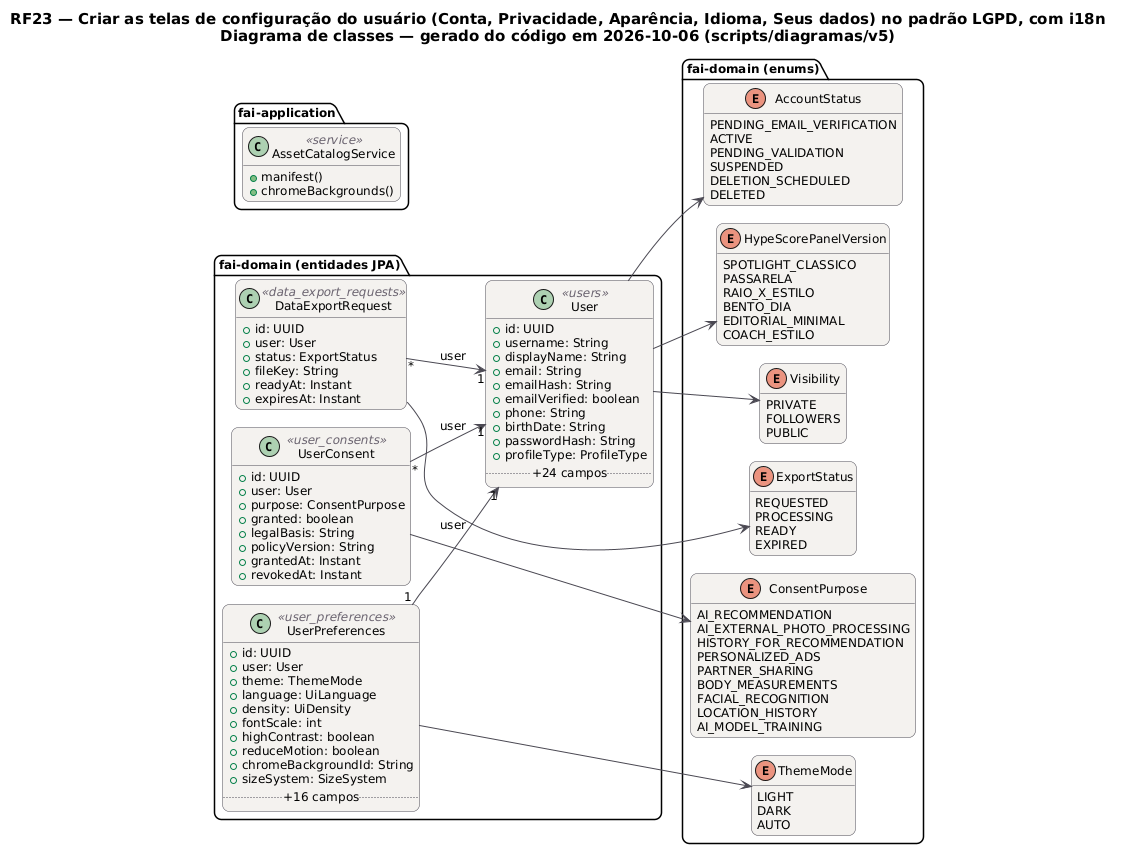
Before: docs/diagramas/RF23/RF23_Classes.png, a diagram exported from PlantUML (MatheusHaliski/tcc-2026-fashion-ai-backend). The source it was exported from:
```plantuml
@startuml RF23_Classes
!pragma layout smetana
skinparam backgroundColor #FFFFFF
skinparam shadowing false
skinparam defaultFontName "DejaVu Sans"
skinparam defaultFontSize 12
skinparam titleFontSize 15
skinparam roundcorner 14
skinparam ArrowColor #52606D
skinparam note {
  BackgroundColor #FFFDEB
  BorderColor #D8CE78
  FontColor #554F24
}
skinparam class {
  BackgroundColor #F4F2EF
  BorderColor #4A4852
  ArrowColor #4A4852
  StereotypeFontColor #6B6470
}
hide empty members
left to right direction
title RF23 — Criar as telas de configuração do usuário (Conta, Privacidade, Aparência, Idioma, Seus dados) no padrão LGPD, com i18n\nDiagrama de classes — gerado do código em 2026-10-06 (scripts/diagramas/v5)

package "fai-domain (entidades JPA)" {
  class DataExportRequest <<data_export_requests>> {
    +id: UUID
    +user: User
    +status: ExportStatus
    +fileKey: String
    +readyAt: Instant
    +expiresAt: Instant
  }
  class User <<users>> {
    +id: UUID
    +username: String
    +displayName: String
    +email: String
    +emailHash: String
    +emailVerified: boolean
    +phone: String
    +birthDate: String
    +passwordHash: String
    +profileType: ProfileType
    .. +24 campos ..
  }
  class UserConsent <<user_consents>> {
    +id: UUID
    +user: User
    +purpose: ConsentPurpose
    +granted: boolean
    +legalBasis: String
    +policyVersion: String
    +grantedAt: Instant
    +revokedAt: Instant
  }
  class UserPreferences <<user_preferences>> {
    +id: UUID
    +user: User
    +theme: ThemeMode
    +language: UiLanguage
    +density: UiDensity
    +fontScale: int
    +highContrast: boolean
    +reduceMotion: boolean
    +chromeBackgroundId: String
    +sizeSystem: SizeSystem
    .. +16 campos ..
  }
}
package "fai-domain (enums)" {
  enum ExportStatus {
    REQUESTED
    PROCESSING
    READY
    EXPIRED
  }
  enum AccountStatus {
    PENDING_EMAIL_VERIFICATION
    ACTIVE
    PENDING_VALIDATION
    SUSPENDED
    DELETION_SCHEDULED
    DELETED
  }
  enum HypeScorePanelVersion {
    SPOTLIGHT_CLASSICO
    PASSARELA
    RAIO_X_ESTILO
    BENTO_DIA
    EDITORIAL_MINIMAL
    COACH_ESTILO
  }
  enum Visibility {
    PRIVATE
    FOLLOWERS
    PUBLIC
  }
  enum ConsentPurpose {
    AI_RECOMMENDATION
    AI_EXTERNAL_PHOTO_PROCESSING
    HISTORY_FOR_RECOMMENDATION
    PERSONALIZED_ADS
    PARTNER_SHARING
    BODY_MEASUREMENTS
    FACIAL_RECOGNITION
    LOCATION_HISTORY
    AI_MODEL_TRAINING
  }
  enum ThemeMode {
    LIGHT
    DARK
    AUTO
  }
}
package "fai-application" {
  class AssetCatalogService <<service>> {
    +manifest()
    +chromeBackgrounds()
  }
}
DataExportRequest "*" --> "1" User : user
DataExportRequest --> ExportStatus
User --> AccountStatus
User --> HypeScorePanelVersion
User --> Visibility
UserConsent "*" --> "1" User : user
UserConsent --> ConsentPurpose
UserPreferences "1" --> "1" User : user
UserPreferences --> ThemeMode
@enduml
```
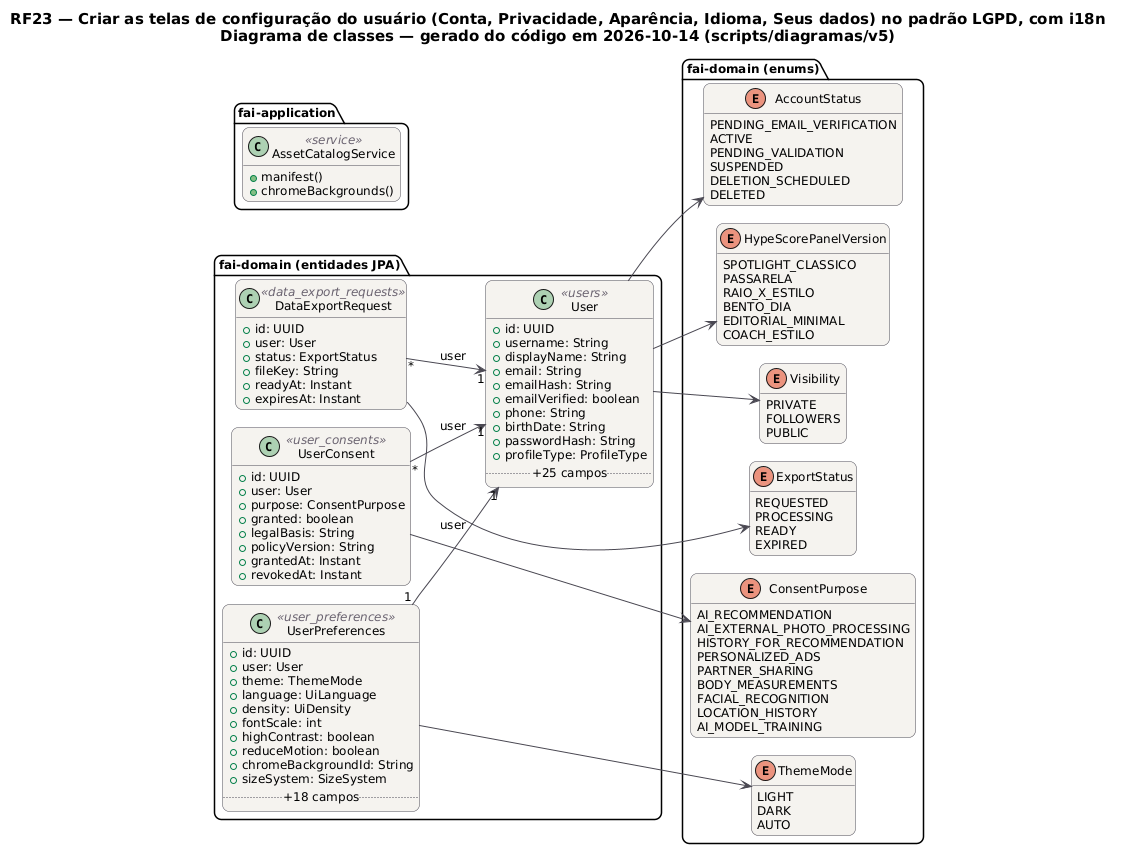
The same diagram one commit later.

What changed in the source:
```diff
@@ -20,7 +20,7 @@
 }
 hide empty members
 left to right direction
-title RF23 — Criar as telas de configuração do usuário (Conta, Privacidade, Aparência, Idioma, Seus dados) no padrão LGPD, com i18n\nDiagrama de classes — gerado do código em 2026-10-06 (scripts/diagramas/v5)
+title RF23 — Criar as telas de configuração do usuário (Conta, Privacidade, Aparência, Idioma, Seus dados) no padrão LGPD, com i18n\nDiagrama de classes — gerado do código em 2026-10-14 (scripts/diagramas/v5)
 
 package "fai-domain (entidades JPA)" {
   class DataExportRequest <<data_export_requests>> {
@@ -42,7 +42,7 @@
     +birthDate: String
     +passwordHash: String
     +profileType: ProfileType
-    .. +24 campos ..
+    .. +25 campos ..
   }
   class UserConsent <<user_consents>> {
     +id: UUID
@@ -65,7 +65,7 @@
     +reduceMotion: boolean
     +chromeBackgroundId: String
     +sizeSystem: SizeSystem
-    .. +16 campos ..
+    .. +18 campos ..
   }
 }
 package "fai-domain (enums)" {
```
